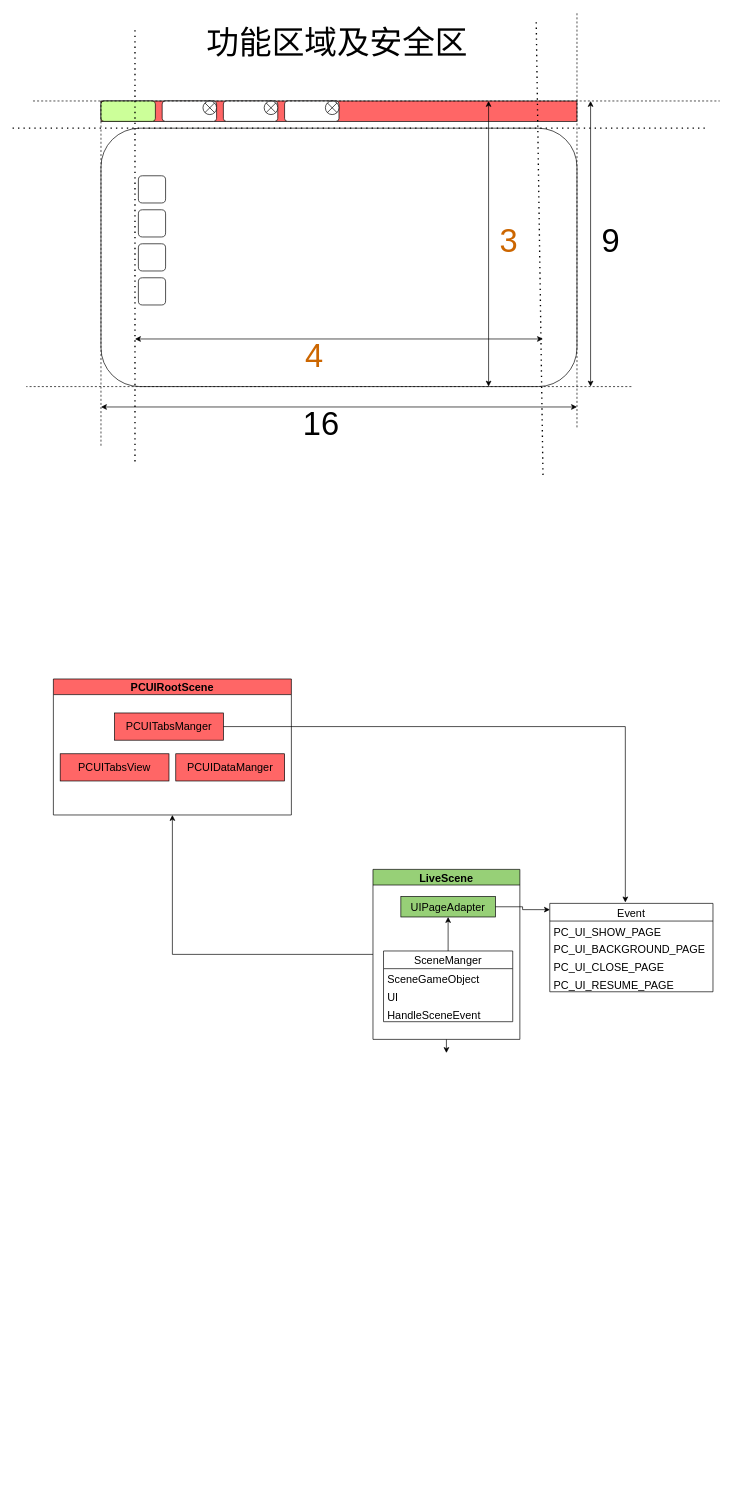
Before: PCUI_TXWQ.drawio in atom123/Draw, a draw.io diagram. Source tidied: cells renumbered, new cells numbered last; positions are measured from the earlier drawing's top-left corner, leaving out a move shared by most shapes. Both pictures are drawn from the tidied source at 68%, with x=0, y=0 at pixel (12, 12).
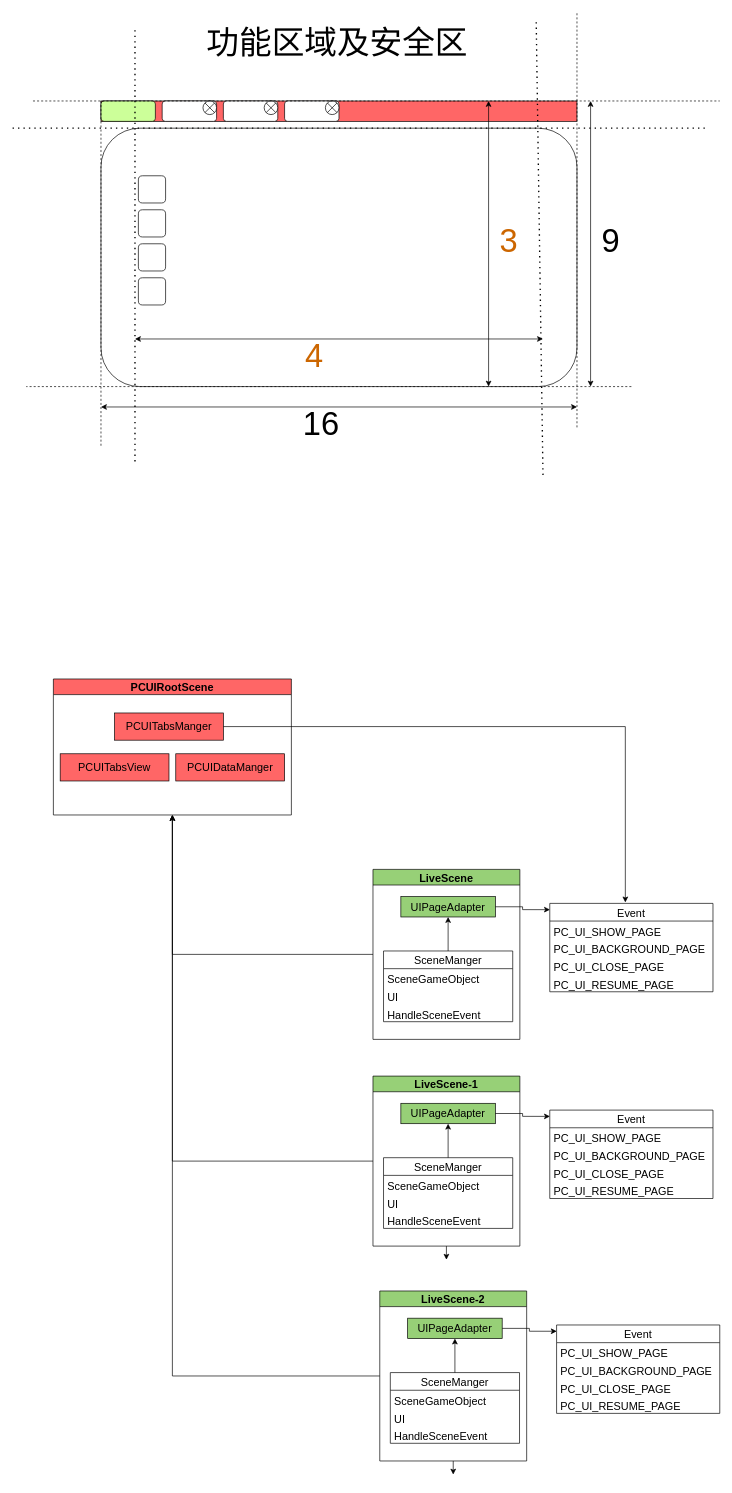
The same page after the edit.

The change refers to these unchanged cells:
```xml
<mxCell id="31" value="PCUIRootScene" style="swimlane;fontSize=16;fontColor=#000000;fillColor=#FF6666;" parent="1" vertex="1">
  <mxGeometry x="60" y="981" width="350" height="200" as="geometry" />
</mxCell>
<mxCell id="37" value="LiveScene" style="swimlane;fontSize=16;fontColor=#000000;fillColor=#97D077;" parent="1" vertex="1">
  <mxGeometry x="530" y="1261" width="216" height="250" as="geometry" />
</mxCell>
```

Diff of the diagram source:
```diff
@@
-    <mxCell id="36" style="edgeStyle=orthogonalEdgeStyle;rounded=0;jettySize=auto;html=1;exitX=0.5;exitY=1;exitDx=0;exitDy=0;fontSize=16;fontColor=#000000;" parent="1" edge="1" source="37">
-      <mxGeometry relative="1" as="geometry">
-        <mxPoint x="638" y="1531" as="targetPoint" />
-      </mxGeometry>
-    </mxCell>
@@
+    <mxCell id="51" style="edgeStyle=orthogonalEdgeStyle;rounded=0;jettySize=auto;html=1;exitX=0.5;exitY=1;exitDx=0;exitDy=0;fontSize=16;fontColor=#000000;" parent="1" edge="1" source="53">
+      <mxGeometry relative="1" as="geometry">
+        <mxPoint x="638" y="1835" as="targetPoint" />
+      </mxGeometry>
+    </mxCell>
+    <mxCell id="52" style="edgeStyle=orthogonalEdgeStyle;rounded=0;jettySize=auto;html=1;entryX=0.5;entryY=1;entryDx=0;entryDy=0;fontSize=16;fontColor=#000000;" parent="1" edge="1" source="53" target="31">
+      <mxGeometry relative="1" as="geometry" />
+    </mxCell>
+    <mxCell id="53" value="LiveScene-1" style="swimlane;fontSize=16;fontColor=#000000;fillColor=#97D077;" parent="1" vertex="1">
+      <mxGeometry x="530" y="1565" width="216" height="250" as="geometry" />
+    </mxCell>
+    <mxCell id="54" style="edgeStyle=orthogonalEdgeStyle;rounded=0;jettySize=auto;html=1;entryX=0.5;entryY=1;entryDx=0;entryDy=0;fontSize=16;fontColor=#000000;" parent="53" edge="1" source="55" target="59">
+      <mxGeometry relative="1" as="geometry" />
+    </mxCell>
+    <mxCell id="55" value="SceneManger" style="swimlane;fontStyle=0;horizontal=1;startSize=26;fillColor=none;fontSize=16;fontColor=#000000;" parent="53" vertex="1">
+      <mxGeometry x="15.5" y="120" width="190" height="104" as="geometry" />
+    </mxCell>
+    <mxCell id="56" value="SceneGameObject" style="text;strokeColor=none;fillColor=none;align=left;verticalAlign=top;spacingLeft=4;spacingRight=4;overflow=hidden;fontSize=16;fontColor=#000000;" parent="55" vertex="1">
+      <mxGeometry y="26" width="190" height="26" as="geometry" />
+    </mxCell>
+    <mxCell id="57" value="UI" style="text;strokeColor=none;fillColor=none;align=left;verticalAlign=top;spacingLeft=4;spacingRight=4;overflow=hidden;fontSize=16;fontColor=#000000;" parent="55" vertex="1">
+      <mxGeometry y="52" width="190" height="26" as="geometry" />
+    </mxCell>
+    <mxCell id="58" value="HandleSceneEvent" style="text;strokeColor=none;fillColor=none;align=left;verticalAlign=top;spacingLeft=4;spacingRight=4;overflow=hidden;fontSize=16;fontColor=#000000;" parent="55" vertex="1">
+      <mxGeometry y="78" width="190" height="26" as="geometry" />
+    </mxCell>
+    <mxCell id="59" value="UIPageAdapter" style="whiteSpace=wrap;html=1;align=center;verticalAlign=middle;newEdgeStyle={&quot;edgeStyle&quot;:&quot;elbowEdgeStyle&quot;,&quot;startArrow&quot;:&quot;none&quot;,&quot;endArrow&quot;:&quot;none&quot;};fontSize=16;fontColor=#000000;fillColor=#97D077;" parent="53" vertex="1">
+      <mxGeometry x="41" y="40" width="139" height="30" as="geometry" />
+    </mxCell>
+    <mxCell id="60" value="Event" style="swimlane;fontStyle=0;horizontal=1;startSize=26;fillColor=none;fontSize=16;fontColor=#000000;" parent="1" vertex="1">
+      <mxGeometry x="790" y="1615" width="240" height="130" as="geometry" />
+    </mxCell>
+    <mxCell id="61" value="PC_UI_SHOW_PAGE" style="text;strokeColor=none;fillColor=none;align=left;verticalAlign=top;spacingLeft=4;spacingRight=4;overflow=hidden;fontSize=16;fontColor=#000000;" parent="60" vertex="1">
+      <mxGeometry y="26" width="240" height="26" as="geometry" />
+    </mxCell>
+    <mxCell id="62" value="PC_UI_BACKGROUND_PAGE" style="text;strokeColor=none;fillColor=none;align=left;verticalAlign=top;spacingLeft=4;spacingRight=4;overflow=hidden;fontSize=16;fontColor=#000000;" parent="60" vertex="1">
+      <mxGeometry y="52" width="240" height="26" as="geometry" />
+    </mxCell>
+    <mxCell id="63" value="PC_UI_CLOSE_PAGE" style="text;strokeColor=none;fillColor=none;align=left;verticalAlign=top;spacingLeft=4;spacingRight=4;overflow=hidden;fontSize=16;fontColor=#000000;" parent="60" vertex="1">
+      <mxGeometry y="78" width="240" height="26" as="geometry" />
+    </mxCell>
+    <mxCell id="64" value="PC_UI_RESUME_PAGE" style="text;strokeColor=none;fillColor=none;align=left;verticalAlign=top;spacingLeft=4;spacingRight=4;overflow=hidden;fontSize=16;fontColor=#000000;" parent="60" vertex="1">
+      <mxGeometry y="104" width="240" height="26" as="geometry" />
+    </mxCell>
+    <mxCell id="65" style="edgeStyle=orthogonalEdgeStyle;rounded=0;jettySize=auto;html=1;entryX=0.001;entryY=0.071;entryDx=0;entryDy=0;entryPerimeter=0;fontSize=16;fontColor=#000000;" parent="1" edge="1" source="59" target="60">
+      <mxGeometry relative="1" as="geometry" />
+    </mxCell>
+    <mxCell id="66" style="edgeStyle=orthogonalEdgeStyle;rounded=0;jettySize=auto;html=1;exitX=0.5;exitY=1;exitDx=0;exitDy=0;fontSize=16;fontColor=#000000;" parent="1" edge="1" source="68">
+      <mxGeometry relative="1" as="geometry">
+        <mxPoint x="648" y="2151" as="targetPoint" />
+      </mxGeometry>
+    </mxCell>
+    <mxCell id="67" style="edgeStyle=orthogonalEdgeStyle;rounded=0;jettySize=auto;html=1;entryX=0.5;entryY=1;entryDx=0;entryDy=0;fontSize=16;fontColor=#000000;" parent="1" edge="1" source="68" target="31">
+      <mxGeometry relative="1" as="geometry" />
+    </mxCell>
+    <mxCell id="68" value="LiveScene-2" style="swimlane;fontSize=16;fontColor=#000000;fillColor=#97D077;" parent="1" vertex="1">
+      <mxGeometry x="540" y="1881" width="216" height="250" as="geometry" />
+    </mxCell>
+    <mxCell id="69" style="edgeStyle=orthogonalEdgeStyle;rounded=0;jettySize=auto;html=1;entryX=0.5;entryY=1;entryDx=0;entryDy=0;fontSize=16;fontColor=#000000;" parent="68" edge="1" source="70" target="74">
+      <mxGeometry relative="1" as="geometry" />
+    </mxCell>
+    <mxCell id="70" value="SceneManger" style="swimlane;fontStyle=0;horizontal=1;startSize=26;fillColor=none;fontSize=16;fontColor=#000000;" parent="68" vertex="1">
+      <mxGeometry x="15.5" y="120" width="190" height="104" as="geometry" />
+    </mxCell>
+    <mxCell id="71" value="SceneGameObject" style="text;strokeColor=none;fillColor=none;align=left;verticalAlign=top;spacingLeft=4;spacingRight=4;overflow=hidden;fontSize=16;fontColor=#000000;" parent="70" vertex="1">
+      <mxGeometry y="26" width="190" height="26" as="geometry" />
+    </mxCell>
+    <mxCell id="72" value="UI" style="text;strokeColor=none;fillColor=none;align=left;verticalAlign=top;spacingLeft=4;spacingRight=4;overflow=hidden;fontSize=16;fontColor=#000000;" parent="70" vertex="1">
+      <mxGeometry y="52" width="190" height="26" as="geometry" />
+    </mxCell>
+    <mxCell id="73" value="HandleSceneEvent" style="text;strokeColor=none;fillColor=none;align=left;verticalAlign=top;spacingLeft=4;spacingRight=4;overflow=hidden;fontSize=16;fontColor=#000000;" parent="70" vertex="1">
+      <mxGeometry y="78" width="190" height="26" as="geometry" />
+    </mxCell>
+    <mxCell id="74" value="UIPageAdapter" style="whiteSpace=wrap;html=1;align=center;verticalAlign=middle;newEdgeStyle={&quot;edgeStyle&quot;:&quot;elbowEdgeStyle&quot;,&quot;startArrow&quot;:&quot;none&quot;,&quot;endArrow&quot;:&quot;none&quot;};fontSize=16;fontColor=#000000;fillColor=#97D077;" parent="68" vertex="1">
+      <mxGeometry x="41" y="40" width="139" height="30" as="geometry" />
+    </mxCell>
+    <mxCell id="75" value="Event" style="swimlane;fontStyle=0;horizontal=1;startSize=26;fillColor=none;fontSize=16;fontColor=#000000;" parent="1" vertex="1">
+      <mxGeometry x="800" y="1931" width="240" height="130" as="geometry" />
+    </mxCell>
+    <mxCell id="76" value="PC_UI_SHOW_PAGE" style="text;strokeColor=none;fillColor=none;align=left;verticalAlign=top;spacingLeft=4;spacingRight=4;overflow=hidden;fontSize=16;fontColor=#000000;" parent="75" vertex="1">
+      <mxGeometry y="26" width="240" height="26" as="geometry" />
+    </mxCell>
+    <mxCell id="77" value="PC_UI_BACKGROUND_PAGE" style="text;strokeColor=none;fillColor=none;align=left;verticalAlign=top;spacingLeft=4;spacingRight=4;overflow=hidden;fontSize=16;fontColor=#000000;" parent="75" vertex="1">
+      <mxGeometry y="52" width="240" height="26" as="geometry" />
+    </mxCell>
+    <mxCell id="78" value="PC_UI_CLOSE_PAGE" style="text;strokeColor=none;fillColor=none;align=left;verticalAlign=top;spacingLeft=4;spacingRight=4;overflow=hidden;fontSize=16;fontColor=#000000;" parent="75" vertex="1">
+      <mxGeometry y="78" width="240" height="26" as="geometry" />
+    </mxCell>
+    <mxCell id="79" value="PC_UI_RESUME_PAGE" style="text;strokeColor=none;fillColor=none;align=left;verticalAlign=top;spacingLeft=4;spacingRight=4;overflow=hidden;fontSize=16;fontColor=#000000;" parent="75" vertex="1">
+      <mxGeometry y="104" width="240" height="26" as="geometry" />
+    </mxCell>
+    <mxCell id="80" style="edgeStyle=orthogonalEdgeStyle;rounded=0;jettySize=auto;html=1;entryX=0.001;entryY=0.071;entryDx=0;entryDy=0;entryPerimeter=0;fontSize=16;fontColor=#000000;" parent="1" edge="1" source="74" target="75">
+      <mxGeometry relative="1" as="geometry" />
+    </mxCell>
```
